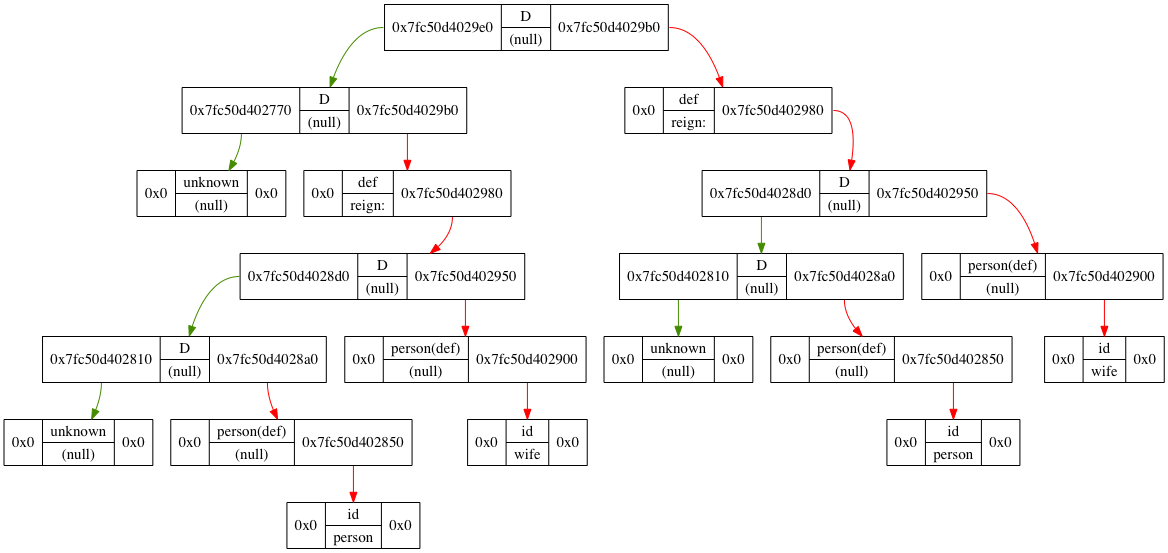
Before: cmake-build-debug/tree_graph.png, a diagram exported from Graphviz (akudrinsky/dictator_language). Its source is kept beside it as cmake-build-debug/tree_graph.dot. Its diagram source:
```dot
digraph G{
	edge[color="chartreuse4",fontcolor="blue",fontsize=12];
	node[shape="rectangle",fontsize=15];
	1 [shape=record,label="  <f0> 0x7fc50d4029e0| {D | (null)} | <f1> 0x7fc50d4029b0" ];
	2 [shape=record,label="  <f0> 0x7fc50d402770| {D | (null)} | <f1> 0x7fc50d4029b0" ];
	4 [shape=record,label="  <f0> 0x0| {unknown | (null)} | <f1> 0x0" ];
		2:<f0> -> 4
	5 [shape=record,label="  <f0> 0x0| {def | reign:} | <f1> 0x7fc50d402980" ];
	11 [shape=record,label="  <f0> 0x7fc50d4028d0| {D | (null)} | <f1> 0x7fc50d402950" ];
	22 [shape=record,label="  <f0> 0x7fc50d402810| {D | (null)} | <f1> 0x7fc50d4028a0" ];
	44 [shape=record,label="  <f0> 0x0| {unknown | (null)} | <f1> 0x0" ];
		22:<f0> -> 44
	45 [shape=record,label="  <f0> 0x0| {person(def) | (null)} | <f1> 0x7fc50d402850" ];
	91 [shape=record,label="  <f0> 0x0| {id | person} | <f1> 0x0" ];
		45:<f1> -> 91[color="red"]
		22:<f1> -> 45[color="red"]
		11:<f0> -> 22
	23 [shape=record,label="  <f0> 0x0| {person(def) | (null)} | <f1> 0x7fc50d402900" ];
	47 [shape=record,label="  <f0> 0x0| {id | wife} | <f1> 0x0" ];
		23:<f1> -> 47[color="red"]
		11:<f1> -> 23[color="red"]
		5:<f1> -> 11[color="red"]
		2:<f1> -> 5[color="red"]
		1:<f0> -> 2
	3 [shape=record,label="  <f0> 0x0| {def | reign:} | <f1> 0x7fc50d402980" ];
	7 [shape=record,label="  <f0> 0x7fc50d4028d0| {D | (null)} | <f1> 0x7fc50d402950" ];
	14 [shape=record,label="  <f0> 0x7fc50d402810| {D | (null)} | <f1> 0x7fc50d4028a0" ];
	28 [shape=record,label="  <f0> 0x0| {unknown | (null)} | <f1> 0x0" ];
		14:<f0> -> 28
	29 [shape=record,label="  <f0> 0x0| {person(def) | (null)} | <f1> 0x7fc50d402850" ];
	59 [shape=record,label="  <f0> 0x0| {id | person} | <f1> 0x0" ];
		29:<f1> -> 59[color="red"]
		14:<f1> -> 29[color="red"]
		7:<f0> -> 14
	15 [shape=record,label="  <f0> 0x0| {person(def) | (null)} | <f1> 0x7fc50d402900" ];
	31 [shape=record,label="  <f0> 0x0| {id | wife} | <f1> 0x0" ];
		15:<f1> -> 31[color="red"]
		7:<f1> -> 15[color="red"]
		3:<f1> -> 7[color="red"]
		1:<f1> -> 3[color="red"]
}
```
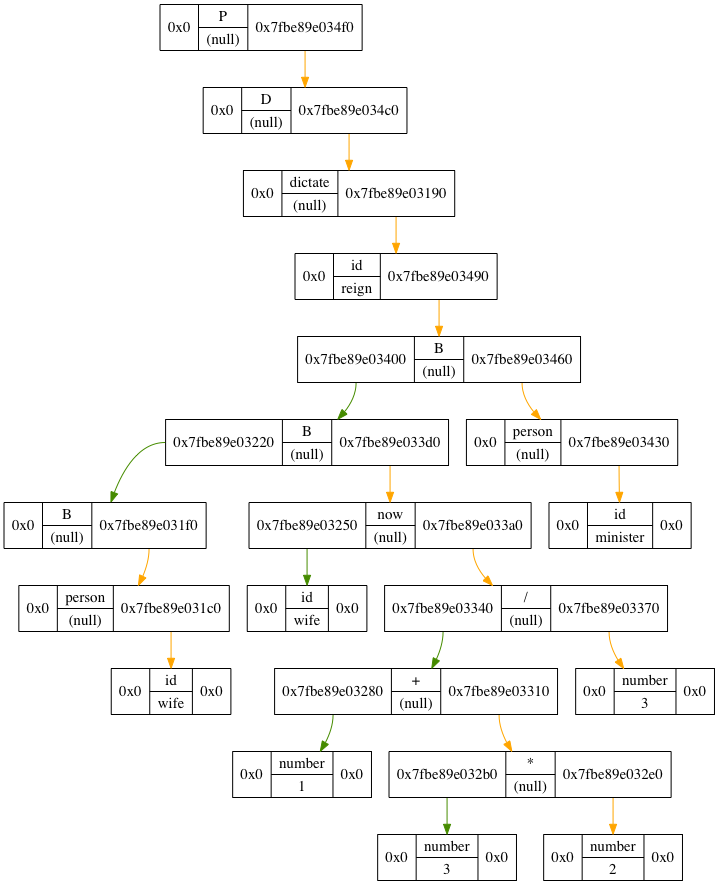
The same file after the commit.

Change to the diagram source:
```diff
@@ -1,41 +1,43 @@
 digraph G{
 	edge[color="chartreuse4",fontcolor="blue",fontsize=12];
 	node[shape="rectangle",fontsize=15];
-	1 [shape=record,label="  <f0> 0x7fc50d4029e0| {D | (null)} | <f1> 0x7fc50d4029b0" ];
-	2 [shape=record,label="  <f0> 0x7fc50d402770| {D | (null)} | <f1> 0x7fc50d4029b0" ];
-	4 [shape=record,label="  <f0> 0x0| {unknown | (null)} | <f1> 0x0" ];
-		2:<f0> -> 4
-	5 [shape=record,label="  <f0> 0x0| {def | reign:} | <f1> 0x7fc50d402980" ];
-	11 [shape=record,label="  <f0> 0x7fc50d4028d0| {D | (null)} | <f1> 0x7fc50d402950" ];
-	22 [shape=record,label="  <f0> 0x7fc50d402810| {D | (null)} | <f1> 0x7fc50d4028a0" ];
-	44 [shape=record,label="  <f0> 0x0| {unknown | (null)} | <f1> 0x0" ];
-		22:<f0> -> 44
-	45 [shape=record,label="  <f0> 0x0| {person(def) | (null)} | <f1> 0x7fc50d402850" ];
-	91 [shape=record,label="  <f0> 0x0| {id | person} | <f1> 0x0" ];
-		45:<f1> -> 91[color="red"]
-		22:<f1> -> 45[color="red"]
-		11:<f0> -> 22
-	23 [shape=record,label="  <f0> 0x0| {person(def) | (null)} | <f1> 0x7fc50d402900" ];
-	47 [shape=record,label="  <f0> 0x0| {id | wife} | <f1> 0x0" ];
-		23:<f1> -> 47[color="red"]
-		11:<f1> -> 23[color="red"]
-		5:<f1> -> 11[color="red"]
-		2:<f1> -> 5[color="red"]
-		1:<f0> -> 2
-	3 [shape=record,label="  <f0> 0x0| {def | reign:} | <f1> 0x7fc50d402980" ];
-	7 [shape=record,label="  <f0> 0x7fc50d4028d0| {D | (null)} | <f1> 0x7fc50d402950" ];
-	14 [shape=record,label="  <f0> 0x7fc50d402810| {D | (null)} | <f1> 0x7fc50d4028a0" ];
-	28 [shape=record,label="  <f0> 0x0| {unknown | (null)} | <f1> 0x0" ];
-		14:<f0> -> 28
-	29 [shape=record,label="  <f0> 0x0| {person(def) | (null)} | <f1> 0x7fc50d402850" ];
-	59 [shape=record,label="  <f0> 0x0| {id | person} | <f1> 0x0" ];
-		29:<f1> -> 59[color="red"]
-		14:<f1> -> 29[color="red"]
-		7:<f0> -> 14
-	15 [shape=record,label="  <f0> 0x0| {person(def) | (null)} | <f1> 0x7fc50d402900" ];
-	31 [shape=record,label="  <f0> 0x0| {id | wife} | <f1> 0x0" ];
-		15:<f1> -> 31[color="red"]
-		7:<f1> -> 15[color="red"]
-		3:<f1> -> 7[color="red"]
-		1:<f1> -> 3[color="red"]
+	1 [shape=record,label="  <f0> 0x0| {P | (null)} | <f1> 0x7fbe89e034f0" ];
+	3 [shape=record,label="  <f0> 0x0| {D | (null)} | <f1> 0x7fbe89e034c0" ];
+	7 [shape=record,label="  <f0> 0x0| {dictate | (null)} | <f1> 0x7fbe89e03190" ];
+	15 [shape=record,label="  <f0> 0x0| {id | reign} | <f1> 0x7fbe89e03490" ];
+	31 [shape=record,label="  <f0> 0x7fbe89e03400| {B | (null)} | <f1> 0x7fbe89e03460" ];
+	62 [shape=record,label="  <f0> 0x7fbe89e03220| {B | (null)} | <f1> 0x7fbe89e033d0" ];
+	124 [shape=record,label="  <f0> 0x0| {B | (null)} | <f1> 0x7fbe89e031f0" ];
+	249 [shape=record,label="  <f0> 0x0| {person | (null)} | <f1> 0x7fbe89e031c0" ];
+	499 [shape=record,label="  <f0> 0x0| {id | wife} | <f1> 0x0" ];
+		249:<f1> -> 499[color="orange"]
+		124:<f1> -> 249[color="orange"]
+		62:<f0> -> 124
+	125 [shape=record,label="  <f0> 0x7fbe89e03250| {now | (null)} | <f1> 0x7fbe89e033a0" ];
+	250 [shape=record,label="  <f0> 0x0| {id | wife} | <f1> 0x0" ];
+		125:<f0> -> 250
+	251 [shape=record,label="  <f0> 0x7fbe89e03340| {/ | (null)} | <f1> 0x7fbe89e03370" ];
+	502 [shape=record,label="  <f0> 0x7fbe89e03280| {+ | (null)} | <f1> 0x7fbe89e03310" ];
+	1004 [shape=record,label="  <f0> 0x0| {number | 1} | <f1> 0x0" ];
+		502:<f0> -> 1004
+	1005 [shape=record,label="  <f0> 0x7fbe89e032b0| {* | (null)} | <f1> 0x7fbe89e032e0" ];
+	2010 [shape=record,label="  <f0> 0x0| {number | 3} | <f1> 0x0" ];
+		1005:<f0> -> 2010
+	2011 [shape=record,label="  <f0> 0x0| {number | 2} | <f1> 0x0" ];
+		1005:<f1> -> 2011[color="orange"]
+		502:<f1> -> 1005[color="orange"]
+		251:<f0> -> 502
+	503 [shape=record,label="  <f0> 0x0| {number | 3} | <f1> 0x0" ];
+		251:<f1> -> 503[color="orange"]
+		125:<f1> -> 251[color="orange"]
+		62:<f1> -> 125[color="orange"]
+		31:<f0> -> 62
+	63 [shape=record,label="  <f0> 0x0| {person | (null)} | <f1> 0x7fbe89e03430" ];
+	127 [shape=record,label="  <f0> 0x0| {id | minister} | <f1> 0x0" ];
+		63:<f1> -> 127[color="orange"]
+		31:<f1> -> 63[color="orange"]
+		15:<f1> -> 31[color="orange"]
+		7:<f1> -> 15[color="orange"]
+		3:<f1> -> 7[color="orange"]
+		1:<f1> -> 3[color="orange"]
 }
```
